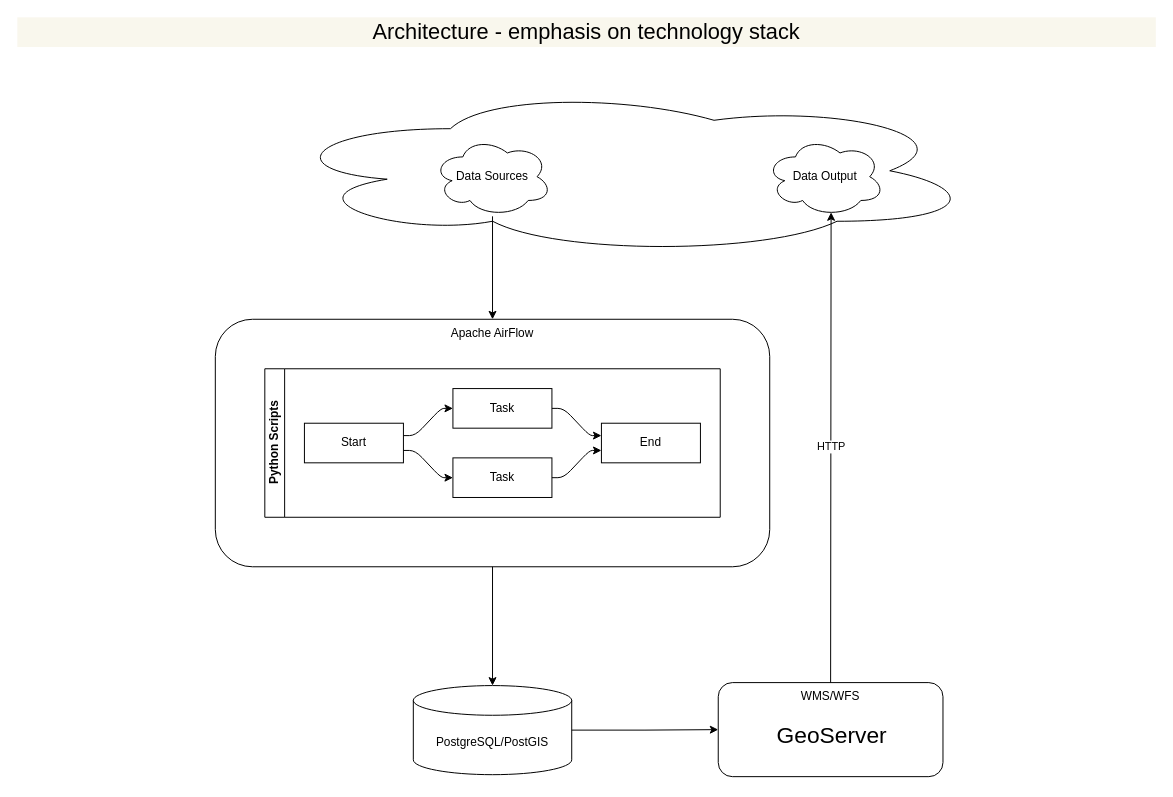
Earlier version of the draw.io diagram page "technology-stack" (3 of 4) of docs/overview.drawio (terrabrasilis/deter-rt-background-tasks). Source tidied: cells renumbered, new cells numbered last; positions are measured from the earlier drawing's top-left corner, leaving out a move shared by most shapes. Both pictures are drawn from the tidied source at 99%, with x=0, y=0 at pixel (17, 17).
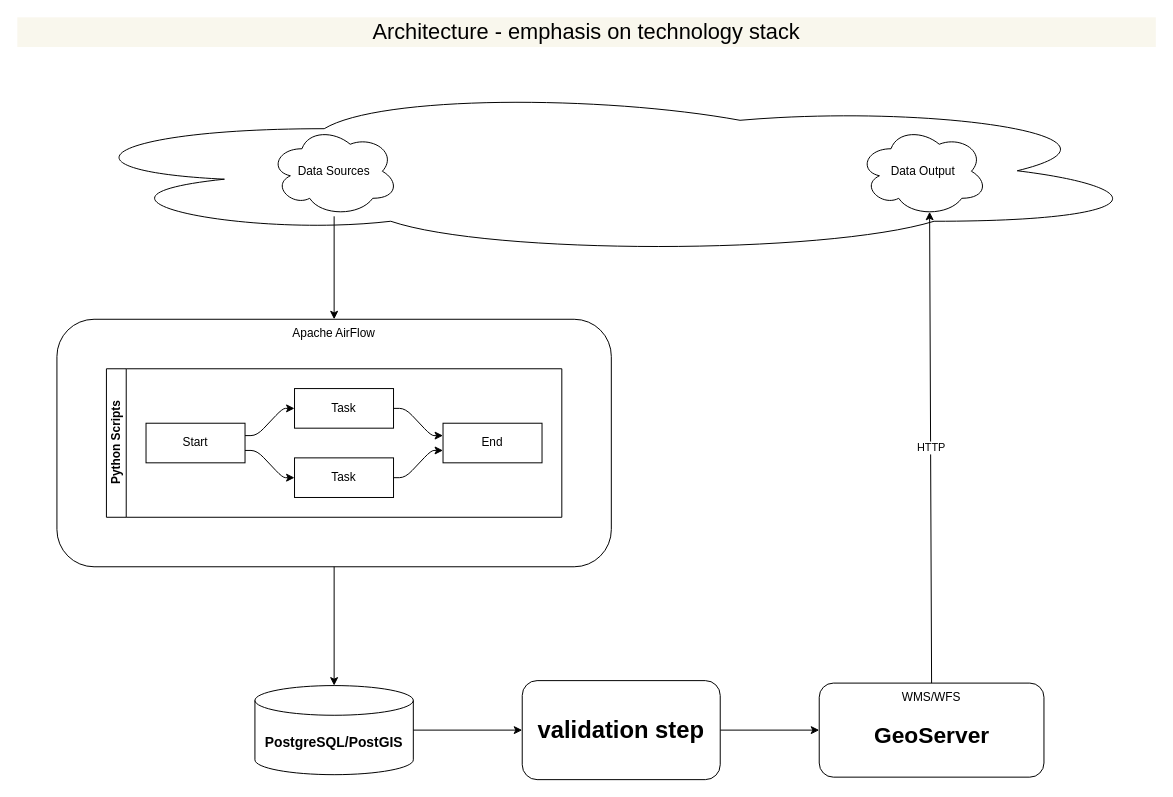
The same page after the edit.

What changed in the source:
```diff
@@
     <mxCell id="2" style="ellipse;shape=cloud;whiteSpace=wrap;html=1;" parent="1" vertex="1">
-      <mxGeometry x="260" y="70" width="710" height="170" as="geometry" />
+      <mxGeometry x="30" y="70" width="1120" height="170" as="geometry" />
     </mxCell>
     <mxCell id="3" value="Apache AirFlow" style="rounded=1;whiteSpace=wrap;html=1;verticalAlign=top;" parent="1" vertex="1">
-      <mxGeometry x="200" y="305" width="560" height="250" as="geometry" />
+      <mxGeometry x="40" y="305" width="560" height="250" as="geometry" />
     </mxCell>
-    <mxCell id="4" value="PostgreSQL/PostGIS" style="shape=cylinder3;whiteSpace=wrap;html=1;boundedLbl=1;backgroundOutline=1;size=15;" parent="1" vertex="1">
-      <mxGeometry x="400" y="675" width="160" height="90" as="geometry" />
+    <mxCell id="4" value="&lt;font style=&quot;font-size: 14px;&quot;&gt;&lt;b&gt;PostgreSQL/PostGIS&lt;/b&gt;&lt;/font&gt;" style="shape=cylinder3;whiteSpace=wrap;html=1;boundedLbl=1;backgroundOutline=1;size=15;" parent="1" vertex="1">
+      <mxGeometry x="240" y="675" width="160" height="90" as="geometry" />
     </mxCell>
@@
     <mxCell id="6" value="Data Sources" style="ellipse;shape=cloud;whiteSpace=wrap;html=1;" parent="1" vertex="1">
-      <mxGeometry x="420" y="121" width="120" height="80" as="geometry" />
+      <mxGeometry x="255" y="110" width="130" height="91" as="geometry" />
     </mxCell>
     <mxCell id="7" value="Data O&lt;span style=&quot;background-color: initial;&quot;&gt;utput&lt;/span&gt;" style="ellipse;shape=cloud;whiteSpace=wrap;html=1;" parent="1" vertex="1">
-      <mxGeometry x="756" y="121" width="120" height="80" as="geometry" />
+      <mxGeometry x="850" y="110" width="130" height="91" as="geometry" />
     </mxCell>
@@
     <mxCell id="9" value="WMS/WFS" style="rounded=1;whiteSpace=wrap;html=1;verticalAlign=top;" parent="1" vertex="1">
-      <mxGeometry x="708" y="672" width="227" height="95" as="geometry" />
+      <mxGeometry x="810" y="672.5" width="227" height="95" as="geometry" />
     </mxCell>
@@
     <mxCell id="11" value="Python Scripts" style="swimlane;html=1;startSize=20;horizontal=0;flowOrientation=west;interRankCellSpacing=50;containerType=tree;fontSize=12;" parent="1" vertex="1">
-      <mxGeometry x="250" y="355" width="460" height="150" as="geometry" />
+      <mxGeometry x="90" y="355" width="460" height="150" as="geometry" />
     </mxCell>
@@
-    <mxCell id="20" style="edgeStyle=orthogonalEdgeStyle;rounded=0;jettySize=auto;html=1;entryX=0;entryY=0.5;entryDx=0;entryDy=0;exitX=1;exitY=0.5;exitDx=0;exitDy=0;exitPerimeter=0;" parent="1" edge="1" source="4" target="9">
+    <mxCell id="20" style="edgeStyle=orthogonalEdgeStyle;rounded=0;jettySize=auto;html=1;exitX=1;exitY=0.5;exitDx=0;exitDy=0;exitPerimeter=0;entryX=0;entryY=0.5;entryDx=0;entryDy=0;" parent="1" edge="1" source="4" target="24">
       <mxGeometry relative="1" as="geometry" />
     </mxCell>
@@
-    <mxCell id="22" value="&lt;font style=&quot;font-size: 23px;&quot;&gt;GeoServer&lt;/font&gt;" style="text;html=1;align=center;verticalAlign=middle;whiteSpace=wrap;rounded=0;" parent="1" vertex="1">
-      <mxGeometry x="748" y="710" width="150" height="30" as="geometry" />
+    <mxCell id="22" value="&lt;font style=&quot;font-size: 23px;&quot;&gt;&lt;b&gt;GeoServer&lt;/b&gt;&lt;/font&gt;" style="text;html=1;align=center;verticalAlign=middle;whiteSpace=wrap;rounded=0;" parent="1" vertex="1">
+      <mxGeometry x="848.5" y="710.5" width="150" height="30" as="geometry" />
     </mxCell>
+    <mxCell id="23" style="edgeStyle=orthogonalEdgeStyle;rounded=0;jettySize=auto;html=1;entryX=0;entryY=0.5;entryDx=0;entryDy=0;" parent="1" edge="1" source="24" target="9">
+      <mxGeometry relative="1" as="geometry" />
+    </mxCell>
+    <mxCell id="24" value="&lt;font style=&quot;font-size: 24px;&quot;&gt;&lt;b&gt;validation step&lt;/b&gt;&lt;/font&gt;" style="whiteSpace=wrap;html=1;verticalAlign=middle;rounded=1;" parent="1" vertex="1">
+      <mxGeometry x="510" y="670" width="200" height="100" as="geometry" />
+    </mxCell>
```
